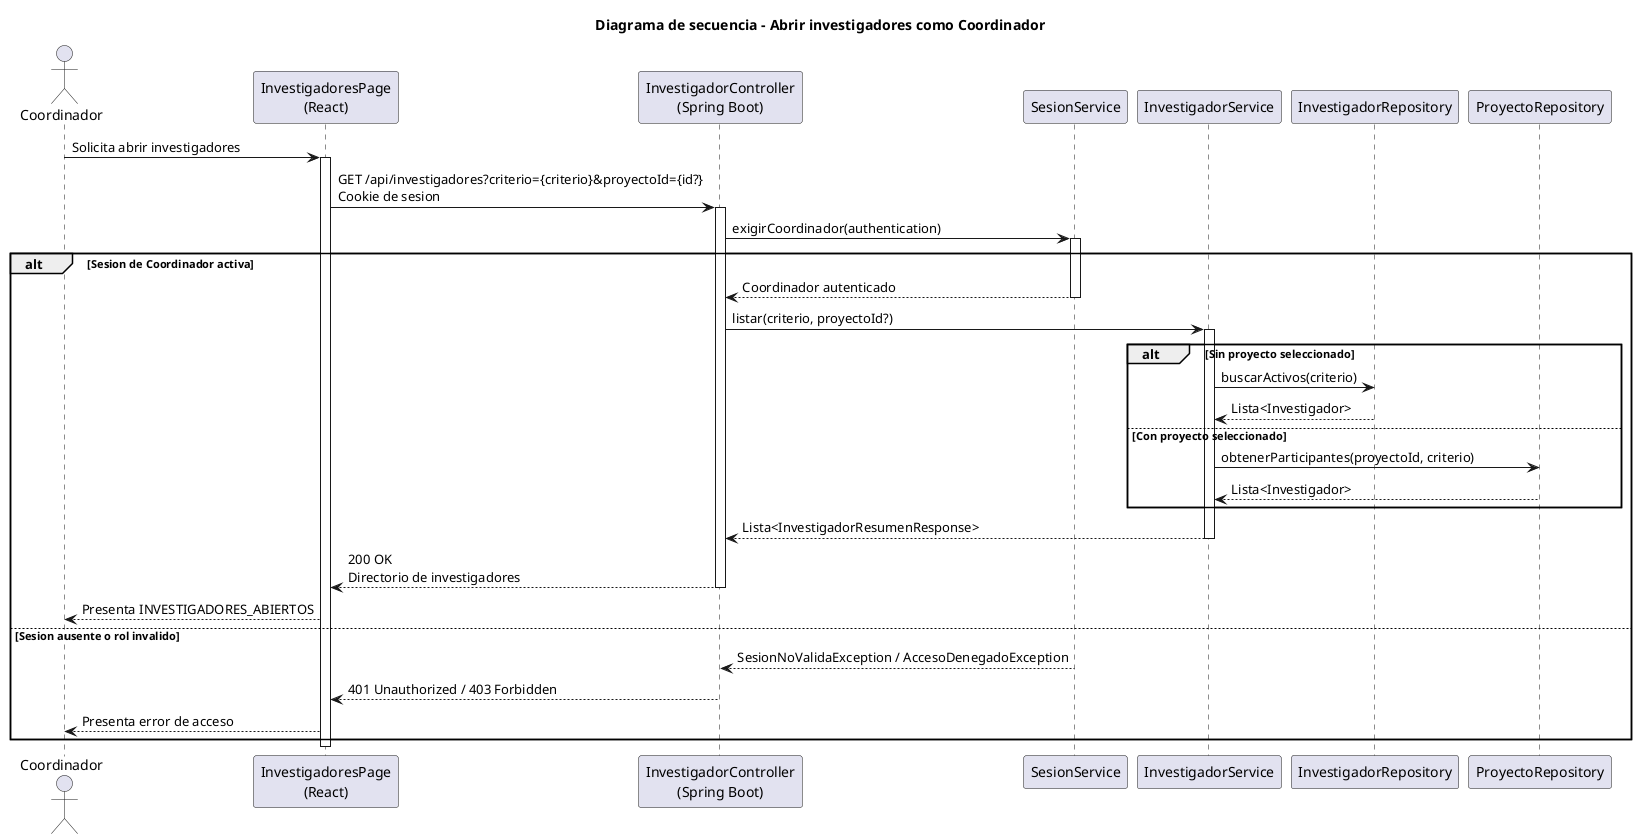
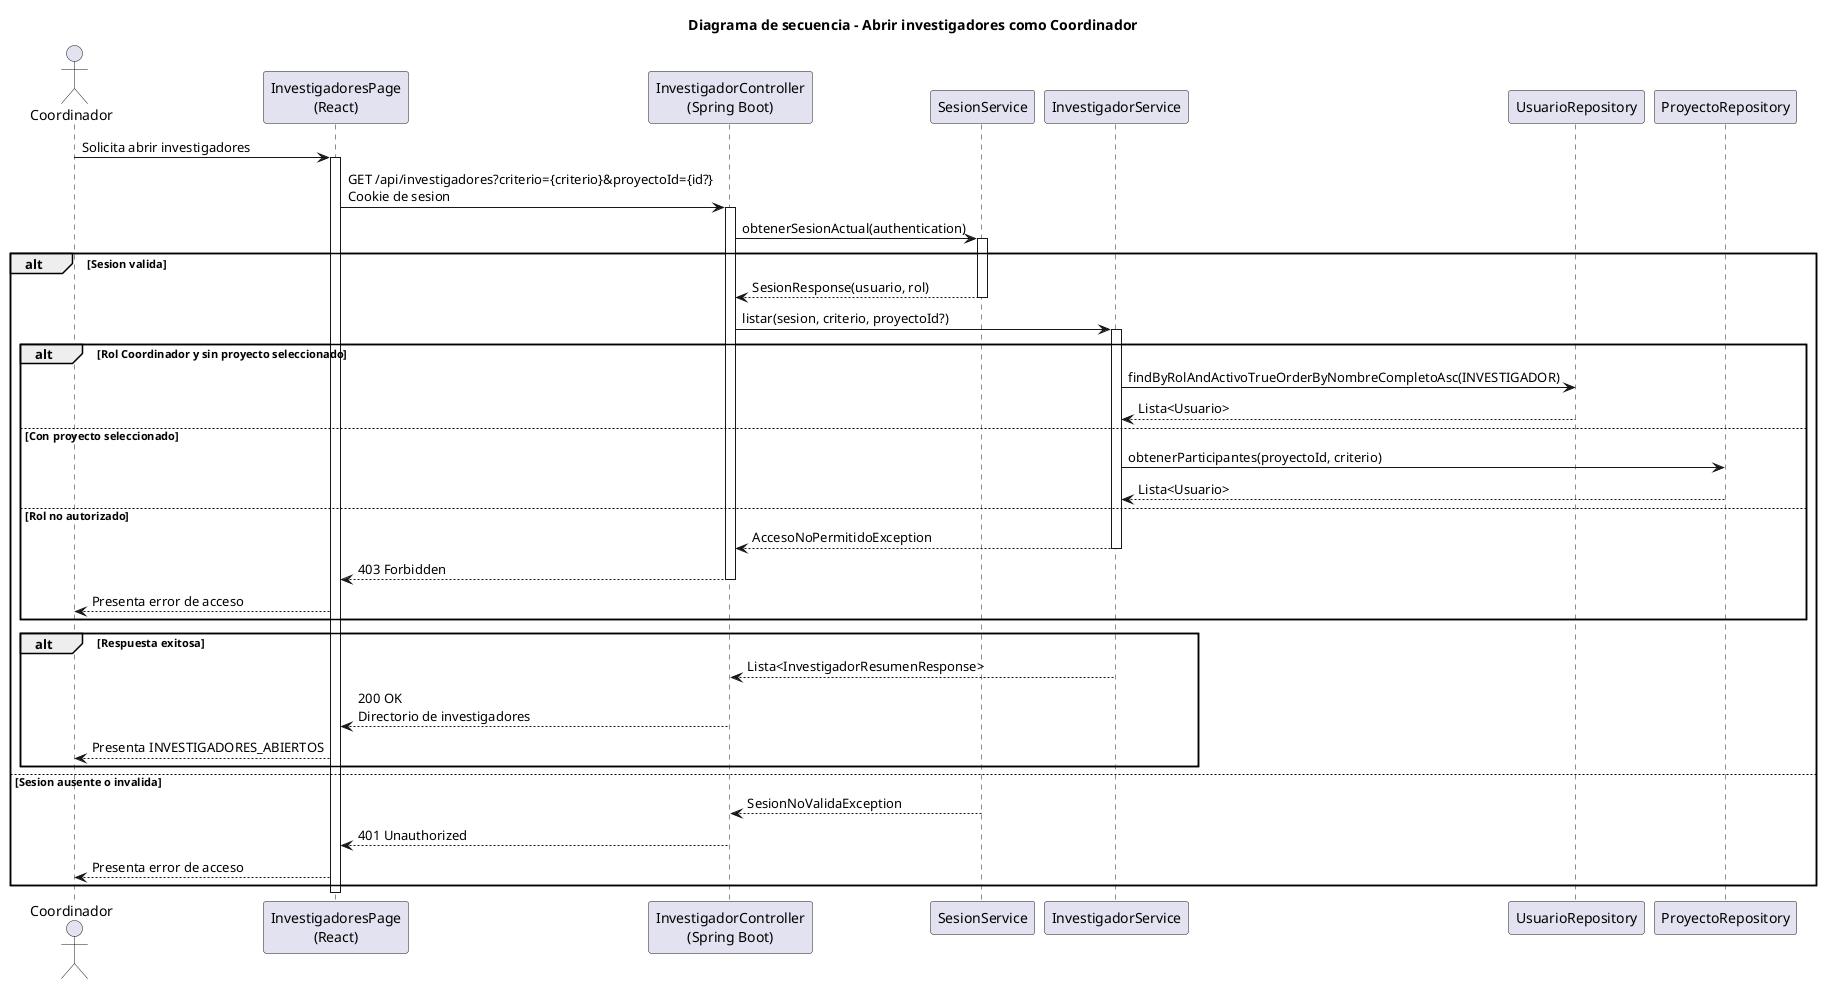
@startuml abrirInvestigadores-coordinador-diseno
title Diagrama de secuencia - Abrir investigadores como Coordinador

actor Coordinador
participant "InvestigadoresPage\n(React)" as Frontend
participant "InvestigadorController\n(Spring Boot)" as Api
participant "SesionService" as Sesion
participant "InvestigadorService" as Service
- participant "InvestigadorRepository" as InvestigadorRepo
+ participant "UsuarioRepository" as UsuarioRepo
participant "ProyectoRepository" as ProyectoRepo

Coordinador -> Frontend: Solicita abrir investigadores
activate Frontend
Frontend -> Api: GET /api/investigadores?criterio={criterio}&proyectoId={id?}\nCookie de sesion
activate Api
- Api -> Sesion: exigirCoordinador(authentication)
+ Api -> Sesion: obtenerSesionActual(authentication)
activate Sesion
- alt Sesion de Coordinador activa
-     Sesion --> Api: Coordinador autenticado
+ alt Sesion valida
+     Sesion --> Api: SesionResponse(usuario, rol)
    deactivate Sesion
-     Api -> Service: listar(criterio, proyectoId?)
+     Api -> Service: listar(sesion, criterio, proyectoId?)
    activate Service
-     alt Sin proyecto seleccionado
-         Service -> InvestigadorRepo: buscarActivos(criterio)
-         InvestigadorRepo --> Service: Lista<Investigador>
+     alt Rol Coordinador y sin proyecto seleccionado
+         Service -> UsuarioRepo: findByRolAndActivoTrueOrderByNombreCompletoAsc(INVESTIGADOR)
+         UsuarioRepo --> Service: Lista<Usuario>
    else Con proyecto seleccionado
        Service -> ProyectoRepo: obtenerParticipantes(proyectoId, criterio)
-         ProyectoRepo --> Service: Lista<Investigador>
+         ProyectoRepo --> Service: Lista<Usuario>
+     else Rol no autorizado
+         Service --> Api: AccesoNoPermitidoException
+         deactivate Service
+         Api --> Frontend: 403 Forbidden
+         deactivate Api
+         Frontend --> Coordinador: Presenta error de acceso
    end
-     Service --> Api: Lista<InvestigadorResumenResponse>
-     deactivate Service
-     Api --> Frontend: 200 OK\nDirectorio de investigadores
-     deactivate Api
-     Frontend --> Coordinador: Presenta INVESTIGADORES_ABIERTOS
- else Sesion ausente o rol invalido
-     Sesion --> Api: SesionNoValidaException / AccesoDenegadoException
+     alt Respuesta exitosa
+         Service --> Api: Lista<InvestigadorResumenResponse>
+         deactivate Service
+         Api --> Frontend: 200 OK\nDirectorio de investigadores
+         deactivate Api
+         Frontend --> Coordinador: Presenta INVESTIGADORES_ABIERTOS
+     end
+ else Sesion ausente o invalida
+     Sesion --> Api: SesionNoValidaException
    deactivate Sesion
-     Api --> Frontend: 401 Unauthorized / 403 Forbidden
+     Api --> Frontend: 401 Unauthorized
    deactivate Api
    Frontend --> Coordinador: Presenta error de acceso
end
deactivate Frontend
@enduml
